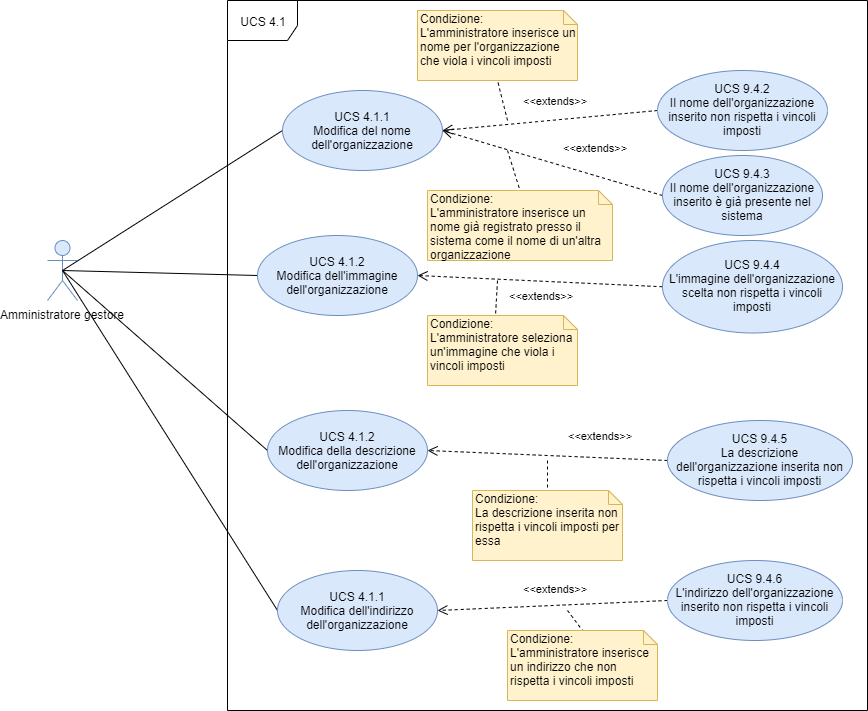
The draw.io diagram DocumentazioneEsterna/AnalisiRequisiti/sezioni/UseCase/Immagini/UCS4.1.png in qb-team/Stalker-Documentazione, before a commit. Source tidied: cells renumbered, new cells last; positions are measured from the earlier drawing's top-left corner, leaving out a move shared by most shapes.
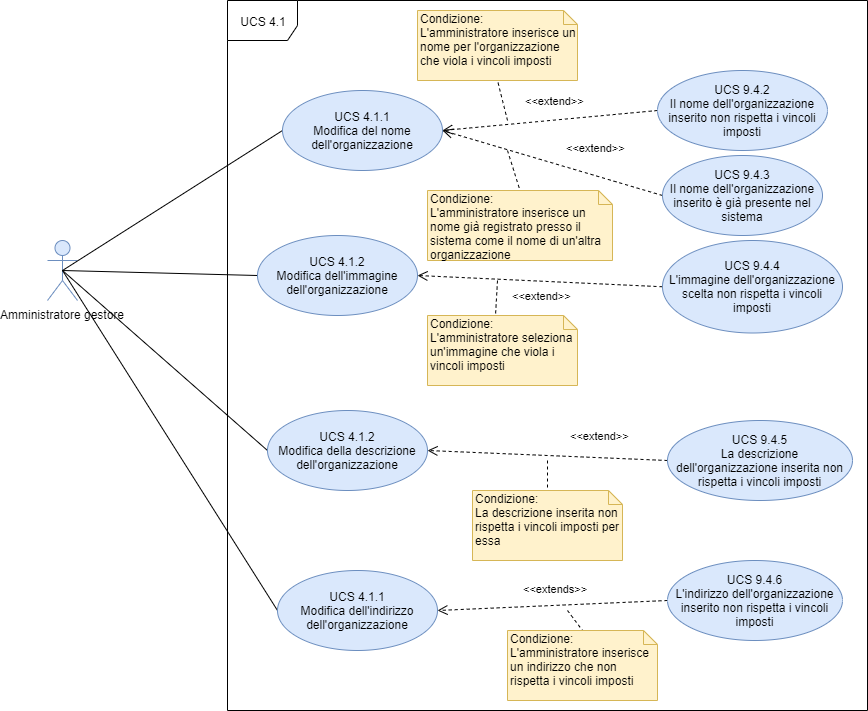
The same diagram one commit later.

Change to the diagram source:
```diff
@@ -32,19 +32,19 @@
     <mxCell id="11" value="UCS 4.1.1&lt;br&gt;Modifica dell'indirizzo dell'organizzazione" style="ellipse;whiteSpace=wrap;html=1;fillColor=#dae8fc;strokeColor=#6c8ebf;" parent="1" vertex="1">
       <mxGeometry x="230" y="570" width="160" height="80" as="geometry" />
     </mxCell>
-    <mxCell id="12" value="&amp;lt;&amp;lt;extends&amp;gt;&amp;gt;" style="html=1;verticalAlign=bottom;endArrow=open;dashed=1;endSize=8;entryX=1;entryY=0.5;entryDx=0;entryDy=0;exitX=0;exitY=0.5;exitDx=0;exitDy=0;" parent="1" edge="1" source="13" target="5">
+    <mxCell id="12" value="&amp;lt;&amp;lt;extend&amp;gt;&amp;gt;" style="html=1;verticalAlign=bottom;endArrow=open;dashed=1;endSize=8;entryX=1;entryY=0.5;entryDx=0;entryDy=0;exitX=0;exitY=0.5;exitDx=0;exitDy=0;" parent="1" edge="1" source="13" target="5">
       <mxGeometry x="-0.06" y="-10" relative="1" as="geometry" />
     </mxCell>
     <mxCell id="13" value="UCS 9.4.2&lt;br&gt;Il nome dell'organizzazione inserito non rispetta i vincoli imposti" style="ellipse;whiteSpace=wrap;html=1;fillColor=#dae8fc;strokeColor=#6c8ebf;" parent="1" vertex="1">
       <mxGeometry x="610" y="70" width="170" height="80" as="geometry" />
     </mxCell>
-    <mxCell id="14" value="&amp;lt;&amp;lt;extends&amp;gt;&amp;gt;" style="html=1;verticalAlign=bottom;endArrow=open;dashed=1;endSize=8;entryX=1;entryY=0.5;entryDx=0;entryDy=0;exitX=0;exitY=0.5;exitDx=0;exitDy=0;" parent="1" edge="1" source="15" target="5">
+    <mxCell id="14" value="&amp;lt;&amp;lt;extend&amp;gt;&amp;gt;" style="html=1;verticalAlign=bottom;endArrow=open;dashed=1;endSize=8;entryX=1;entryY=0.5;entryDx=0;entryDy=0;exitX=0;exitY=0.5;exitDx=0;exitDy=0;" parent="1" edge="1" source="15" target="5">
       <mxGeometry x="-0.35" y="-18" relative="1" as="geometry" />
     </mxCell>
     <mxCell id="15" value="UCS 9.4.3&lt;br&gt;Il nome dell'organizzazione inserito è già presente nel sistema" style="ellipse;whiteSpace=wrap;html=1;fillColor=#dae8fc;strokeColor=#6c8ebf;" parent="1" vertex="1">
       <mxGeometry x="615" y="155" width="160" height="80" as="geometry" />
     </mxCell>
-    <mxCell id="16" value="&amp;lt;&amp;lt;extends&amp;gt;&amp;gt;" style="html=1;verticalAlign=bottom;endArrow=open;dashed=1;endSize=8;entryX=1;entryY=0.5;entryDx=0;entryDy=0;exitX=0;exitY=0.5;exitDx=0;exitDy=0;" parent="1" edge="1" source="17" target="7">
+    <mxCell id="16" value="&amp;lt;&amp;lt;extend&amp;gt;&amp;gt;" style="html=1;verticalAlign=bottom;endArrow=open;dashed=1;endSize=8;entryX=1;entryY=0.5;entryDx=0;entryDy=0;exitX=0;exitY=0.5;exitDx=0;exitDy=0;" parent="1" edge="1" source="17" target="7">
       <mxGeometry x="-0.02" y="24" relative="1" as="geometry">
         <mxPoint y="-1" as="offset" />
       </mxGeometry>
@@ -52,7 +52,7 @@
     <mxCell id="17" value="UCS 9.4.4&lt;br&gt;L'immagine dell'organizzazione scelta non rispetta i vincoli imposti" style="ellipse;whiteSpace=wrap;html=1;fillColor=#dae8fc;strokeColor=#6c8ebf;" parent="1" vertex="1">
       <mxGeometry x="615" y="240" width="180" height="92.5" as="geometry" />
     </mxCell>
-    <mxCell id="18" value="&amp;lt;&amp;lt;extends&amp;gt;&amp;gt;" style="html=1;verticalAlign=bottom;endArrow=open;dashed=1;endSize=8;entryX=1;entryY=0.5;entryDx=0;entryDy=0;exitX=0;exitY=0.5;exitDx=0;exitDy=0;" parent="1" edge="1" source="19" target="9">
+    <mxCell id="18" value="&amp;lt;&amp;lt;extend&amp;gt;&amp;gt;" style="html=1;verticalAlign=bottom;endArrow=open;dashed=1;endSize=8;entryX=1;entryY=0.5;entryDx=0;entryDy=0;exitX=0;exitY=0.5;exitDx=0;exitDy=0;" parent="1" edge="1" source="19" target="9">
       <mxGeometry x="-0.44" y="-13" relative="1" as="geometry" />
     </mxCell>
     <mxCell id="19" value="UCS 9.4.5&lt;br&gt;La descrizione dell'organizzazione inserita non rispetta i vincoli imposti" style="ellipse;whiteSpace=wrap;html=1;fillColor=#dae8fc;strokeColor=#6c8ebf;" parent="1" vertex="1">
```
